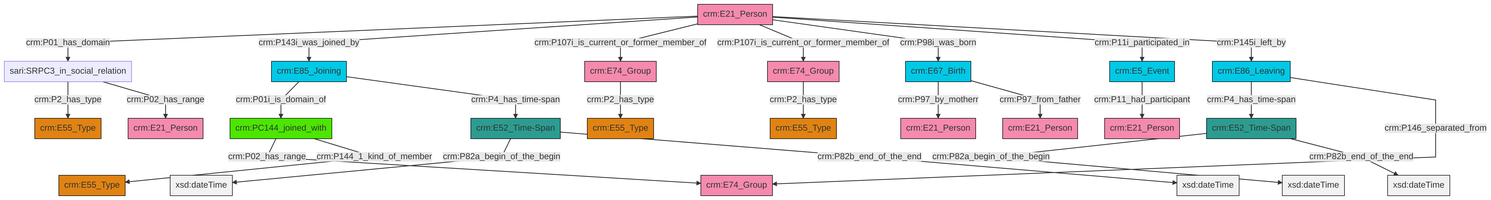
swiss-art-research-net/reference-data-models keeps this Mermaid diagram as et/personCSV/ttl/mmd/png/Person_Actor_Relations.png. Above is the earlier version. Its source is kept beside it as et/personCSV/ttl/mmd/Person_Actor_Relations.ttl.mmd.
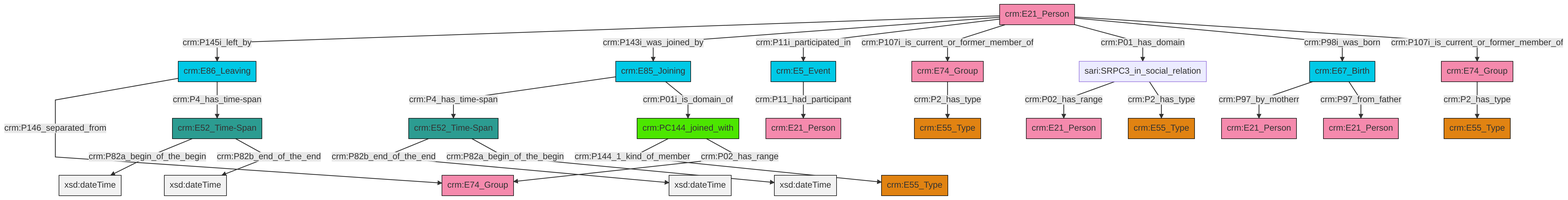
The same diagram one commit later.

The edit, as a diff of the source:
```diff
@@ -13,27 +13,27 @@
 classDef PC_Classes fill:#4ce600, stroke:#000000;
 classDef Multi fill:#cccccc,stroke:#000000;
 
-2["crm:E74_Group"]:::Actor -->|crm:P2_has_type| 3["crm:E55_Type"]:::Type
-4["crm:E5_Event"]:::Temporal_Entity -->|crm:P11_had_participant| 5["crm:E21_Person"]:::Actor
-10["crm:E21_Person"]:::Actor -->|crm:P01_has_domain| 11["sari:SRPC3_in_social_relation"]:::Default
-6["crm:E52_Time-Span"]:::Time-Span -->|crm:P82a_begin_of_the_begin| 16[xsd:dateTime]:::Literal
-17["crm:E67_Birth"]:::Temporal_Entity -->|crm:P97_by_motherr| 18["crm:E21_Person"]:::Actor
-10["crm:E21_Person"]:::Actor -->|crm:P143i_was_joined_by| 0["crm:E85_Joining"]:::Temporal_Entity
-17["crm:E67_Birth"]:::Temporal_Entity -->|crm:P97_from_father| 8["crm:E21_Person"]:::Actor
-11["sari:SRPC3_in_social_relation"]:::Default -->|crm:P2_has_type| 31["crm:E55_Type"]:::Type
-38["crm:E86_Leaving"]:::Temporal_Entity -->|crm:P4_has_time-span| 12["crm:E52_Time-Span"]:::Time-Span
-10["crm:E21_Person"]:::Actor -->|crm:P107i_is_current_or_former_member_of| 35["crm:E74_Group"]:::Actor
-23["crm:PC144_joined_with"]:::PC_Classes -->|crm:P02_has_range| 25["crm:E74_Group"]:::Actor
-10["crm:E21_Person"]:::Actor -->|crm:P107i_is_current_or_former_member_of| 2["crm:E74_Group"]:::Actor
-38["crm:E86_Leaving"]:::Temporal_Entity -->|crm:P146_separated_from| 25["crm:E74_Group"]:::Actor
-12["crm:E52_Time-Span"]:::Time-Span -->|crm:P82a_begin_of_the_begin| 40[xsd:dateTime]:::Literal
-23["crm:PC144_joined_with"]:::PC_Classes -->|crm:P144_1_kind_of_member| 29["crm:E55_Type"]:::Type
-12["crm:E52_Time-Span"]:::Time-Span -->|crm:P82b_end_of_the_end| 41[xsd:dateTime]:::Literal
-10["crm:E21_Person"]:::Actor -->|crm:P98i_was_born| 17["crm:E67_Birth"]:::Temporal_Entity
-0["crm:E85_Joining"]:::Temporal_Entity -->|crm:P01i_is_domain_of| 23["crm:PC144_joined_with"]:::PC_Classes
-6["crm:E52_Time-Span"]:::Time-Span -->|crm:P82b_end_of_the_end| 42[xsd:dateTime]:::Literal
-35["crm:E74_Group"]:::Actor -->|crm:P2_has_type| 14["crm:E55_Type"]:::Type
-10["crm:E21_Person"]:::Actor -->|crm:P11i_participated_in| 4["crm:E5_Event"]:::Temporal_Entity
-11["sari:SRPC3_in_social_relation"]:::Default -->|crm:P02_has_range| 33["crm:E21_Person"]:::Actor
-10["crm:E21_Person"]:::Actor -->|crm:P145i_left_by| 38["crm:E86_Leaving"]:::Temporal_Entity
-0["crm:E85_Joining"]:::Temporal_Entity -->|crm:P4_has_time-span| 6["crm:E52_Time-Span"]:::Time-Span
+0["crm:PC144_joined_with"]:::PC_Classes -->|crm:P144_1_kind_of_member| 1["crm:E55_Type"]:::Type
+2["crm:E5_Event"]:::Temporal_Entity -->|crm:P11_had_participant| 3["crm:E21_Person"]:::Actor
+6["crm:E86_Leaving"]:::Temporal_Entity -->|crm:P146_separated_from| 7["crm:E74_Group"]:::Actor
+8["sari:SRPC3_in_social_relation"]:::Default -->|crm:P02_has_range| 9["crm:E21_Person"]:::Actor
+10["crm:E21_Person"]:::Actor -->|crm:P145i_left_by| 6["crm:E86_Leaving"]:::Temporal_Entity
+6["crm:E86_Leaving"]:::Temporal_Entity -->|crm:P4_has_time-span| 11["crm:E52_Time-Span"]:::Time-Span
+13["crm:E52_Time-Span"]:::Time-Span -->|crm:P82b_end_of_the_end| 14[xsd:dateTime]:::Literal
+10["crm:E21_Person"]:::Actor -->|crm:P143i_was_joined_by| 15["crm:E85_Joining"]:::Temporal_Entity
+15["crm:E85_Joining"]:::Temporal_Entity -->|crm:P4_has_time-span| 13["crm:E52_Time-Span"]:::Time-Span
+15["crm:E85_Joining"]:::Temporal_Entity -->|crm:P01i_is_domain_of| 0["crm:PC144_joined_with"]:::PC_Classes
+11["crm:E52_Time-Span"]:::Time-Span -->|crm:P82a_begin_of_the_begin| 23[xsd:dateTime]:::Literal
+11["crm:E52_Time-Span"]:::Time-Span -->|crm:P82b_end_of_the_end| 24[xsd:dateTime]:::Literal
+28["crm:E67_Birth"]:::Temporal_Entity -->|crm:P97_by_motherr| 16["crm:E21_Person"]:::Actor
+28["crm:E67_Birth"]:::Temporal_Entity -->|crm:P97_from_father| 29["crm:E21_Person"]:::Actor
+10["crm:E21_Person"]:::Actor -->|crm:P11i_participated_in| 2["crm:E5_Event"]:::Temporal_Entity
+10["crm:E21_Person"]:::Actor -->|crm:P107i_is_current_or_former_member_of| 18["crm:E74_Group"]:::Actor
+18["crm:E74_Group"]:::Actor -->|crm:P2_has_type| 4["crm:E55_Type"]:::Type
+10["crm:E21_Person"]:::Actor -->|crm:P01_has_domain| 8["sari:SRPC3_in_social_relation"]:::Default
+10["crm:E21_Person"]:::Actor -->|crm:P98i_was_born| 28["crm:E67_Birth"]:::Temporal_Entity
+0["crm:PC144_joined_with"]:::PC_Classes -->|crm:P02_has_range| 7["crm:E74_Group"]:::Actor
+10["crm:E21_Person"]:::Actor -->|crm:P107i_is_current_or_former_member_of| 21["crm:E74_Group"]:::Actor
+21["crm:E74_Group"]:::Actor -->|crm:P2_has_type| 35["crm:E55_Type"]:::Type
+8["sari:SRPC3_in_social_relation"]:::Default -->|crm:P2_has_type| 25["crm:E55_Type"]:::Type
+13["crm:E52_Time-Span"]:::Time-Span -->|crm:P82a_begin_of_the_begin| 45[xsd:dateTime]:::Literal
```
